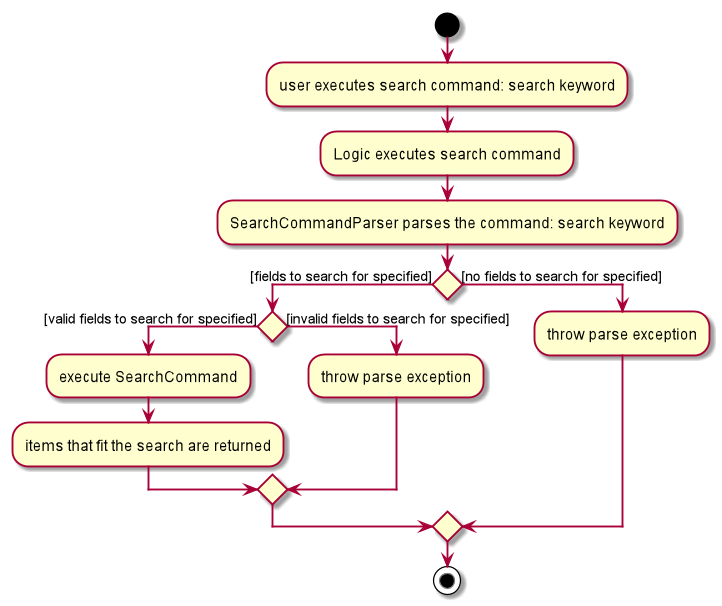
nus-cs2103-AY2021S1/tp keeps this PlantUML diagram as docs/images/implementation/activityDiagrams/SearchCommandActivityDiagram.png. Above is the earlier version. Its diagram source:
```plantuml
@startuml
start
:user executes search command: search keyword;
:Logic executes search command;
:SearchCommandParser parses the command: search keyword;

    if () then ([fields to search for specified])
        if () then ([valid fields to search for specified])
        :execute SearchCommand;

            :items that fit the search are returned;

        else ([invalid fields to search for specified])
        :throw parse exception;
        endif

    else ([no fields to search for specified])
    :throw parse exception;
    endif

stop

@enduml
```
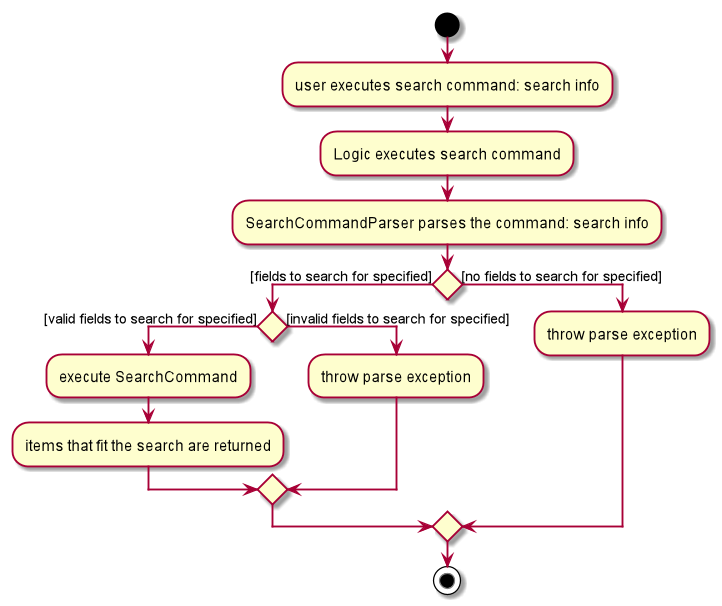
Later version of the same file.

What changed in the source:
```diff
@@ -1,8 +1,8 @@
 @startuml
 start
-:user executes search command: search keyword;
+:user executes search command: search info;
 :Logic executes search command;
-:SearchCommandParser parses the command: search keyword;
+:SearchCommandParser parses the command: search info;
 
     if () then ([fields to search for specified])
         if () then ([valid fields to search for specified])
```
